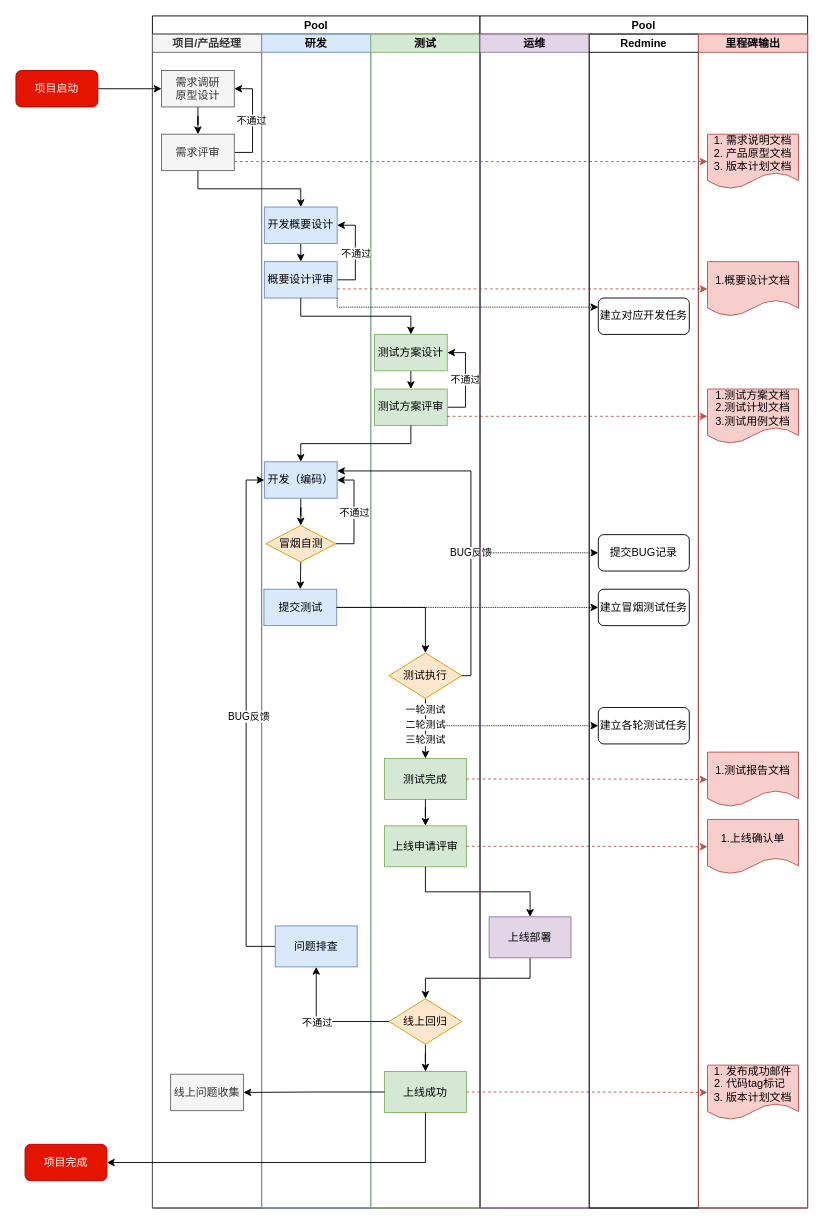
Above: 测试流程.drawio in yaitza/UsefulFiles (draw.io), before the change. Source tidied: cells renumbered, new cells numbered last; positions are measured from the earlier drawing's top-left corner, leaving out a move shared by most shapes. Both pictures are drawn from the tidied source at 91%, with x=0, y=0 at pixel (15, 15).
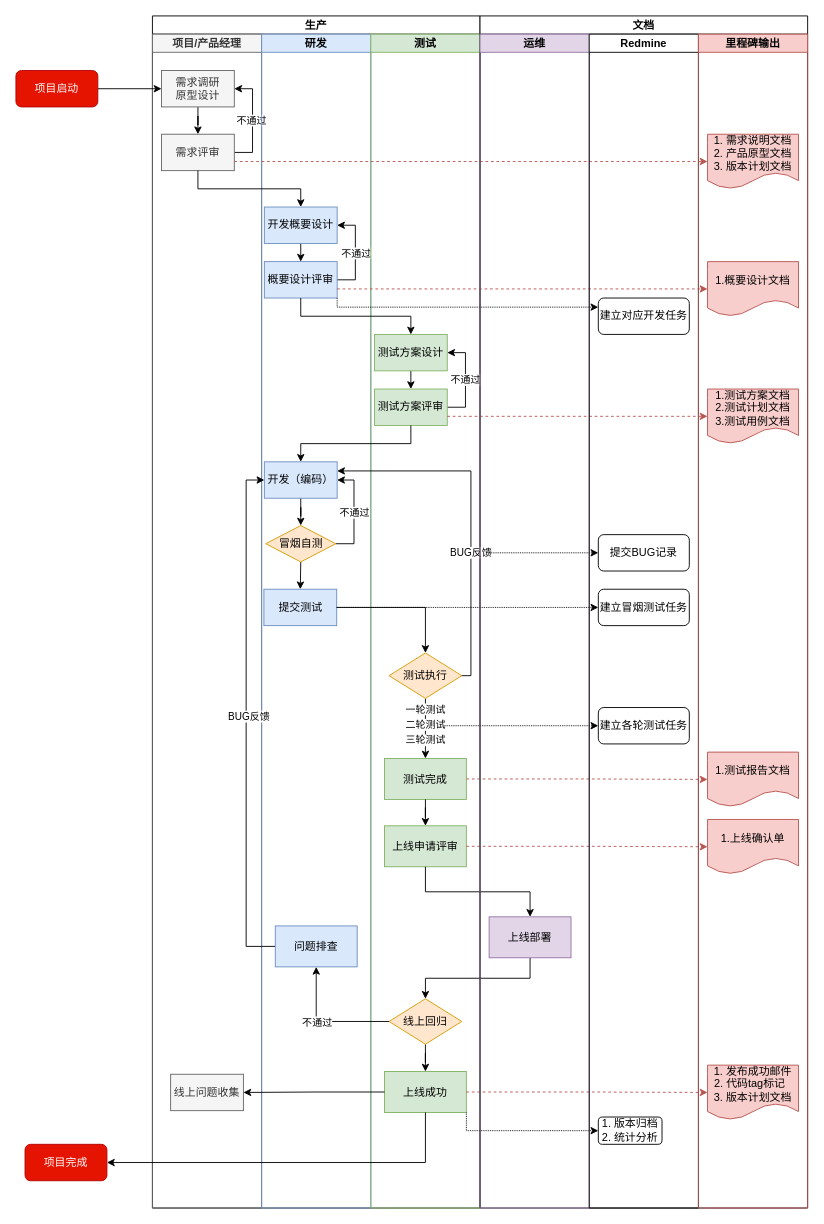
After the change.

The change refers to these unchanged cells:
```xml
<mxCell id="42" value="上线成功" style="rounded=0;whiteSpace=wrap;html=1;hachureGap=4;fillColor=#d5e8d4;strokeColor=#82b366;" parent="26" vertex="1">
  <mxGeometry x="15" y="1140" width="90" height="45" as="geometry" />
</mxCell>
<mxCell id="70" value="Redmine" style="swimlane;startSize=20;" parent="67" vertex="1">
  <mxGeometry x="120" y="20" width="120" height="1290" as="geometry" />
</mxCell>
```

Diff of the diagram source:
```diff
@@
-    <mxCell id="2" value="Pool" style="swimlane;startSize=20;hachureGap=4;" parent="1" vertex="1">
+    <mxCell id="2" value="生产" style="swimlane;startSize=20;hachureGap=4;" parent="1" vertex="1">
       <mxGeometry x="150" width="360" height="1310" as="geometry" />
     </mxCell>
@@
+    <mxCell id="82" style="edgeStyle=orthogonalEdgeStyle;rounded=0;jettySize=auto;html=1;exitX=1;exitY=1;exitDx=0;exitDy=0;entryX=0;entryY=0.5;entryDx=0;entryDy=0;dashed=1;dashPattern=1 1;" parent="1" edge="1" source="42" target="83">
+      <mxGeometry relative="1" as="geometry" />
+    </mxCell>
@@
-    <mxCell id="67" value="Pool" style="swimlane;startSize=20;hachureGap=4;gradientColor=none;" parent="66" vertex="1">
+    <mxCell id="67" value="文档" style="swimlane;startSize=20;hachureGap=4;gradientColor=none;" parent="66" vertex="1">
       <mxGeometry x="510" width="360" height="1310" as="geometry" />
     </mxCell>
@@
+    <mxCell id="83" value="1. 版本归档&lt;br&gt;2. 统计分析" style="rounded=1;whiteSpace=wrap;html=1;" parent="70" vertex="1">
+      <mxGeometry x="10" y="1190" width="70" height="30" as="geometry" />
+    </mxCell>
```
